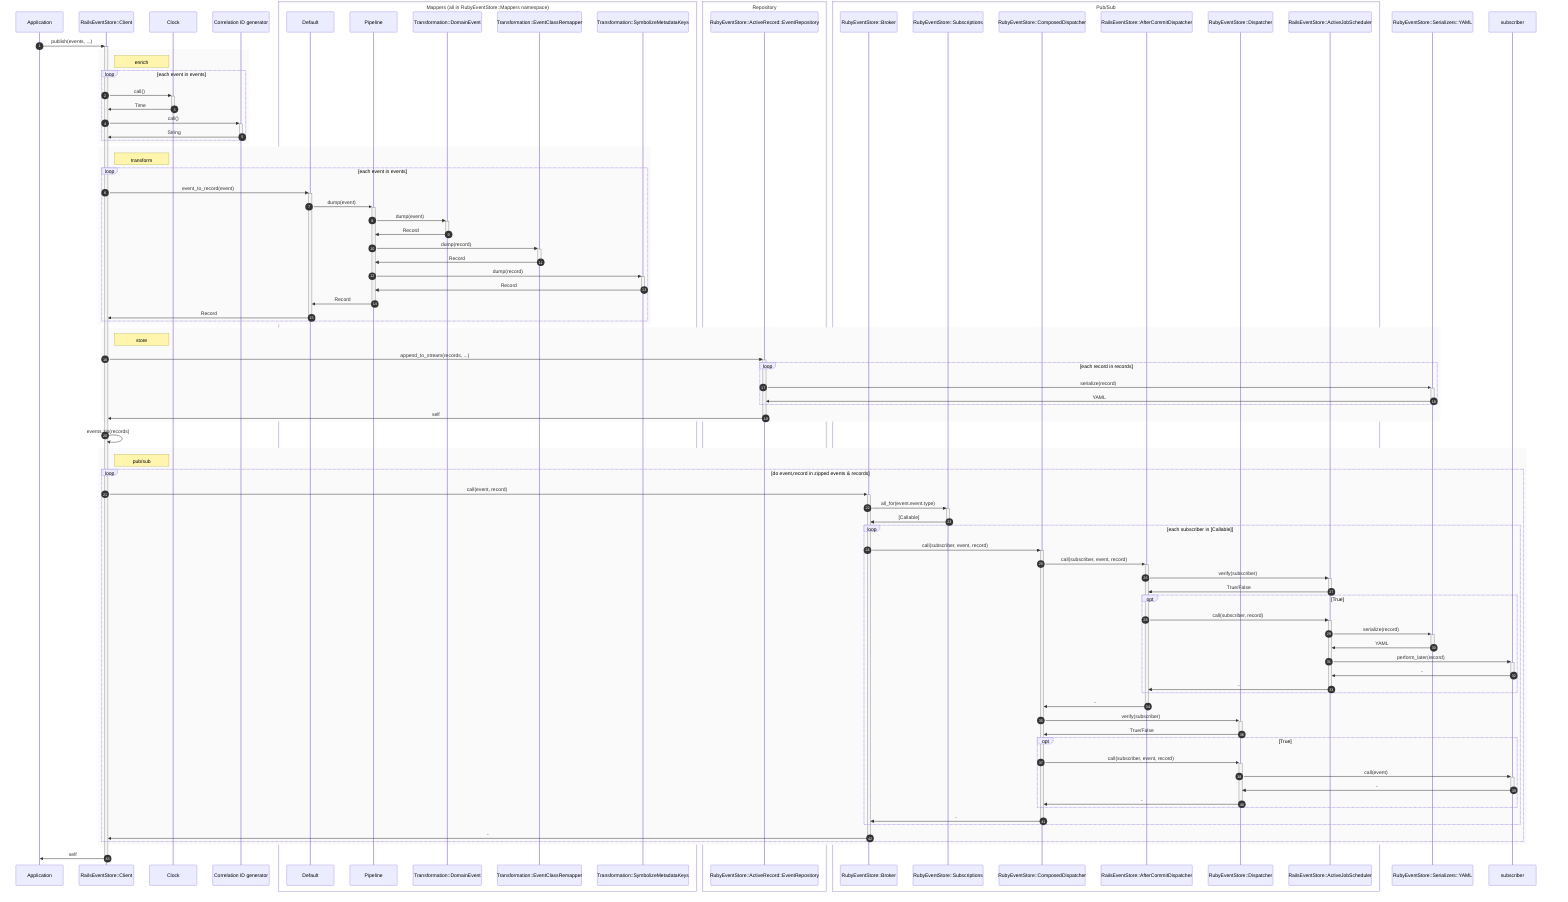
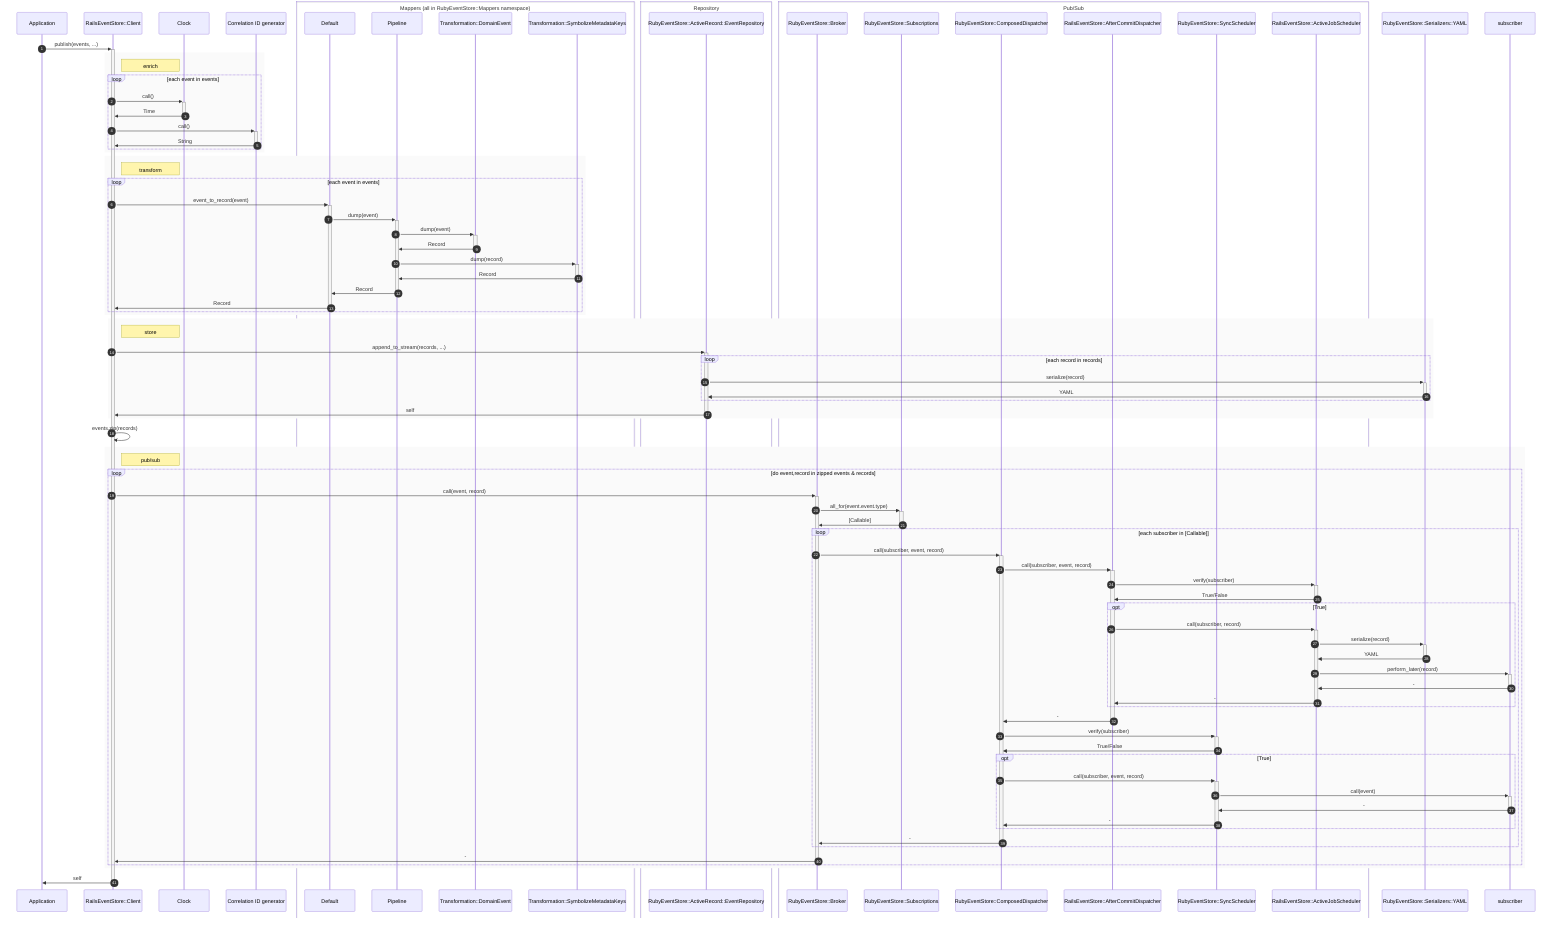
sequenceDiagram
  autonumber
  participant a as Application
  participant c as RailsEventStore::Client
  participant clk as Clock
  participant idg as Correlation ID generator
  box Mappers (all in RubyEventStore::Mappers namespace)
    participant m as Default
    participant pip as Pipeline
    participant det as Transformation::DomainEvent
-     participant ecr as Transformation::EventClassRemapper
    participant smk as Transformation::SymbolizeMetadataKeys
  end
  box Repository
    participant r as RubyEventStore::ActiveRecord::EventRepository
  end
  box Pub/Sub
    participant b as RubyEventStore::Broker
    participant s as RubyEventStore::Subscriptions
    participant d as RubyEventStore::ComposedDispatcher
    participant acd as RailsEventStore::AfterCommitDispatcher
-     participant ddp as RubyEventStore::Dispatcher
+     participant ddp as RubyEventStore::SyncScheduler
    participant ajs as RailsEventStore::ActiveJobScheduler
  end
  participant yaml as RubyEventStore::Serializers::YAML
  a->>+c: publish(events, ...)
    rect rgb(250, 250, 250)
      note right of c: enrich
      loop each event in events
        c->>+clk: call()
        clk->>-c: Time
        c->>+idg: call()
        idg->>-c: String
      end
    end
    rect rgb(250, 250, 250)
      note right of c: transform
      loop each event in events
        c->>+m: event_to_record(event)
          m->>+pip: dump(event)
            pip->>+det: dump(event)
            det->>-pip: Record
-             pip->>+ecr: dump(record)
-             ecr->>-pip: Record
            pip->>+smk: dump(record)
            smk->>-pip: Record
          pip->>-m: Record
        m->>-c: Record
      end
    end
    rect rgb(250, 250, 250)
      note right of c: store
      c->>+r: append_to_stream(records, ...)
        loop each record in records
          r->>+yaml: serialize(record)
          yaml->>-r: YAML
        end
      r->>-c: self
    end
    c->>c: events.zip(records)
    rect rgb(250, 250, 250)
      note right of c: pub/sub
      loop do event,record in zipped events & records
        c->>+b: call(event, record)
          b->>+s: all_for(event.event.type)
          s->>-b: [Callable]
          loop each subscriber in [Callable]
            b->>+d: call(subscriber, event, record)
              d->>+acd: call(subscriber, event, record)
                acd->>+ajs: verify(subscriber)
                ajs->>-acd: True/False
                opt True
                  acd->>+ajs: call(subscriber, record)
                    ajs->>+yaml: serialize(record)
                    yaml->>-ajs: YAML
                    ajs->>+subscriber: perform_later(record)
                    subscriber->>-ajs: -
                  ajs->>-acd: -
                end
              acd->>-d: -
              d->>+ddp: verify(subscriber)
              ddp->>-d: True/False
              opt True
                d->>+ddp: call(subscriber, event, record)
                  ddp->>+subscriber: call(event)
                  subscriber->>-ddp: -
                ddp->>-d: -
              end
            d->>-b: -
          end
        b->>-c: -
      end
    end
  c->>-a: self
